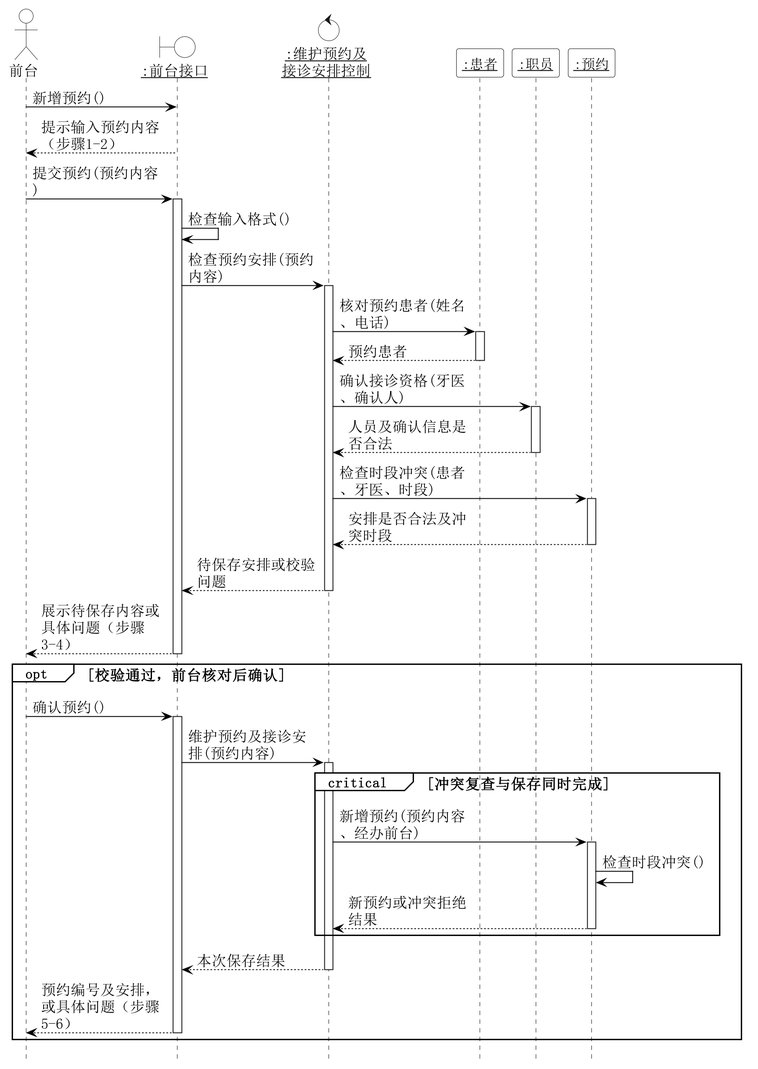
This is 01-需求文档/diagrams/13-01-analysis-sequence.png from Shawmc-creator/systemAnalyseAndDesign, a PlantUML export, as it was before one commit.
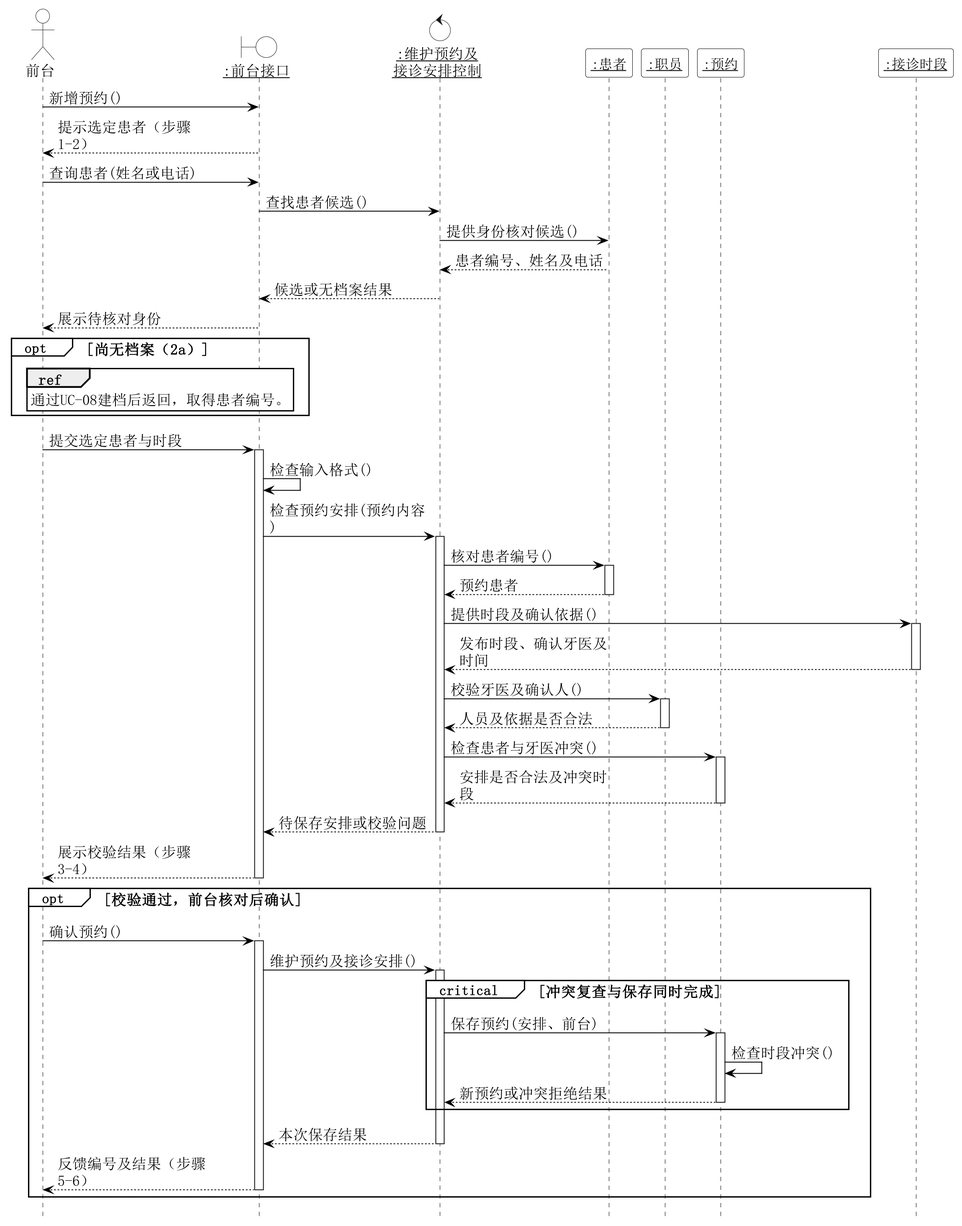
After the change.

The edit, as a diff of the source:
```diff
@@ -5,7 +5,7 @@
 skinparam defaultFontName SimSun
 skinparam defaultFontSize 17
 skinparam dpi 200
-skinparam maxMessageSize 150
+skinparam maxMessageSize 180
 skinparam sequence {
  ArrowColor black
  ArrowFontSize 17
@@ -28,36 +28,52 @@
 participant "<u>:患者</u>" as P
 participant "<u>:职员</u>" as S
 participant "<u>:预约</u>" as R
+participant "<u>:接诊时段</u>" as T
 A -> B : 新增预约()
-B --> A : 提示输入预约内容（步骤1-2）
-A -> B : 提交预约(预约内容)
+B --> A : 提示选定患者（步骤1-2）
+A -> B : 查询患者(姓名或电话)
+B -> K : 查找患者候选()
+K -> P : 提供身份核对候选()
+P --> K : 患者编号、姓名及电话
+K --> B : 候选或无档案结果
+B --> A : 展示待核对身份
+opt 尚无档案（2a）
+ ref over A,B
+  通过UC-08建档后返回，取得患者编号。
+ end ref
+end
+A -> B : 提交选定患者与时段
 activate B
 B -> B : 检查输入格式()
 B -> K : 检查预约安排(预约内容)
 activate K
-K -> P : 核对预约患者(姓名、电话)
+K -> P : 核对患者编号()
 activate P
 P --> K : 预约患者
 deactivate P
-K -> S : 确认接诊资格(牙医、确认人)
+K -> T : 提供时段及确认依据()
+activate T
+T --> K : 发布时段、确认牙医及时间
+deactivate T
+K -> S : 校验牙医及确认人()
 activate S
-S --> K : 人员及确认信息是否合法
+S --> K : 人员及依据是否合法
 deactivate S
-K -> R : 检查时段冲突(患者、牙医、时段)
+K -> R : 检查患者与牙医冲突()
 activate R
 R --> K : 安排是否合法及冲突时段
 deactivate R
 K --> B : 待保存安排或校验问题
 deactivate K
-B --> A : 展示待保存内容或具体问题（步骤3-4）
+B --> A : 展示校验结果（步骤3-4）
 deactivate B
 opt 校验通过，前台核对后确认
 A -> B : 确认预约()
 activate B
-B -> K : 维护预约及接诊安排(预约内容)
+B -> K : 维护预约及接诊安排()
 activate K
 critical 冲突复查与保存同时完成
-K -> R : 新增预约(预约内容、经办前台)
+K -> R : 保存预约(安排、前台)
 activate R
 R -> R : 检查时段冲突()
 R --> K : 新预约或冲突拒绝结果
@@ -65,7 +81,7 @@
 end
 K --> B : 本次保存结果
 deactivate K
-B --> A : 预约编号及安排，或具体问题（步骤5-6）
+B --> A : 反馈编号及结果（步骤5-6）
 deactivate B
 end
 @enduml
```
